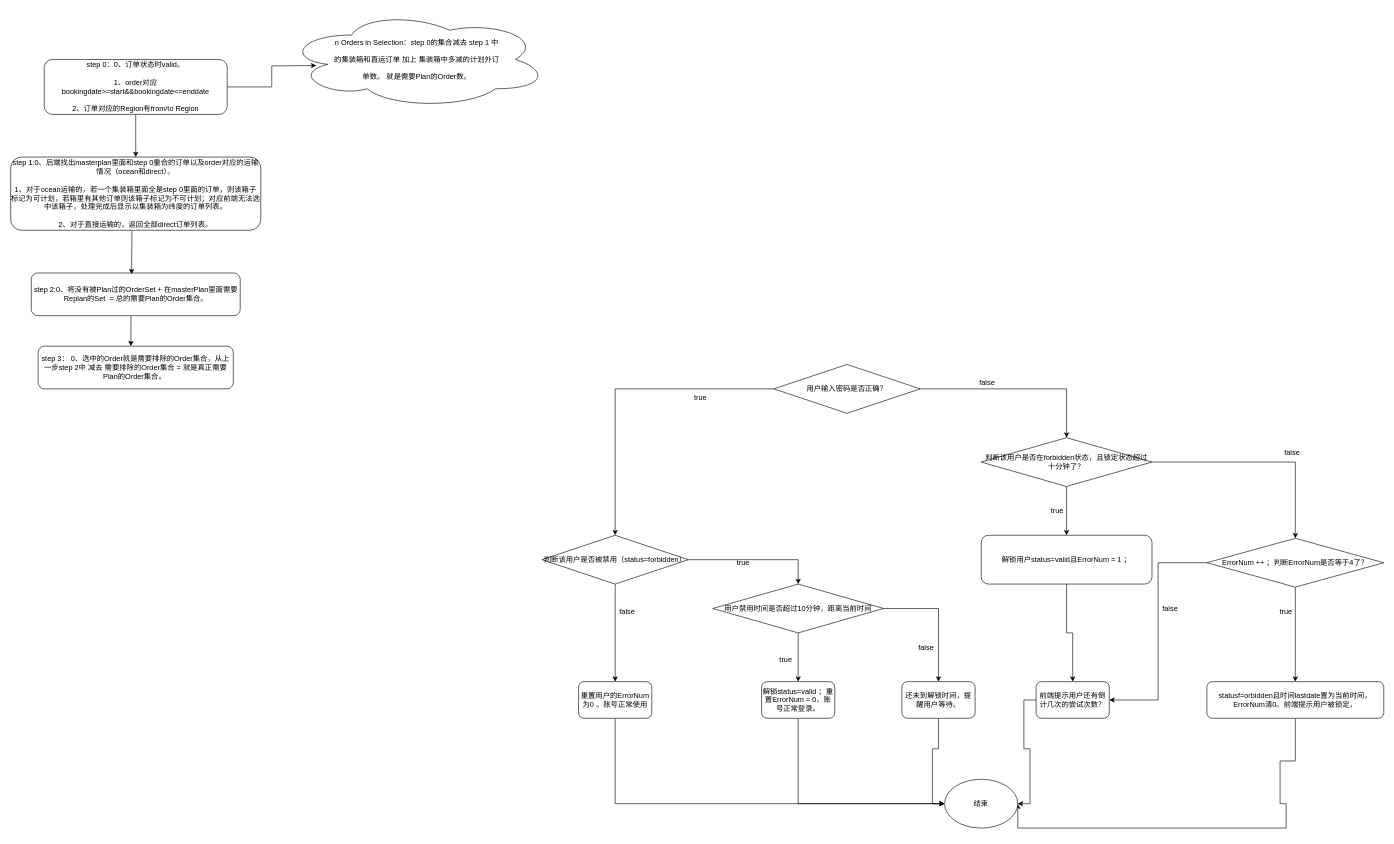
This is Untitled Diagram.drawio from qwertdafgdfg/java_Web-Shop, a draw.io file, before an edit. Source tidied: cells renumbered, new cells numbered last; positions are measured from the earlier drawing's top-left corner, leaving out a move shared by most shapes. Both pictures are drawn from the tidied source at 61%, with x=0, y=0 at pixel (10, 10).
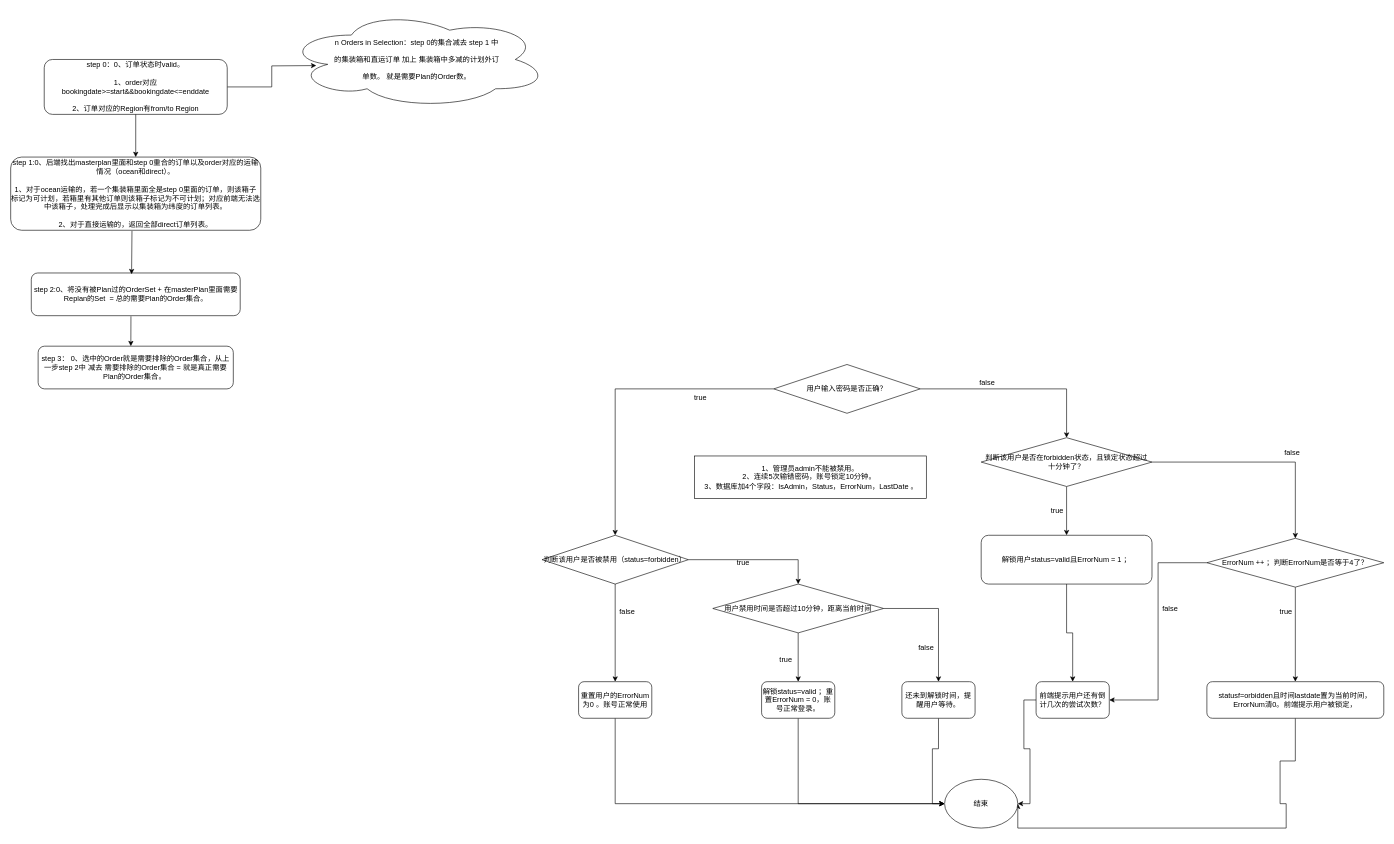
After the change.

Commit message:
用户登录密码错误账号锁定功能简介 Diagram.drawio

The edit, as a diff of the source:
```diff
@@
+    <mxCell id="49" value="1、管理员admin不能被禁用。&lt;br&gt;2、连续5次输错密码，账号锁定10分钟。&amp;nbsp;&lt;br&gt;&amp;nbsp;3、数据库加4个字段：IsAdmin，Status，ErrorNum，LastDate 。" style="rounded=0;whiteSpace=wrap;html=1;" parent="1" vertex="1">
+      <mxGeometry x="1121" y="730" width="380" height="70" as="geometry" />
+    </mxCell>
```
